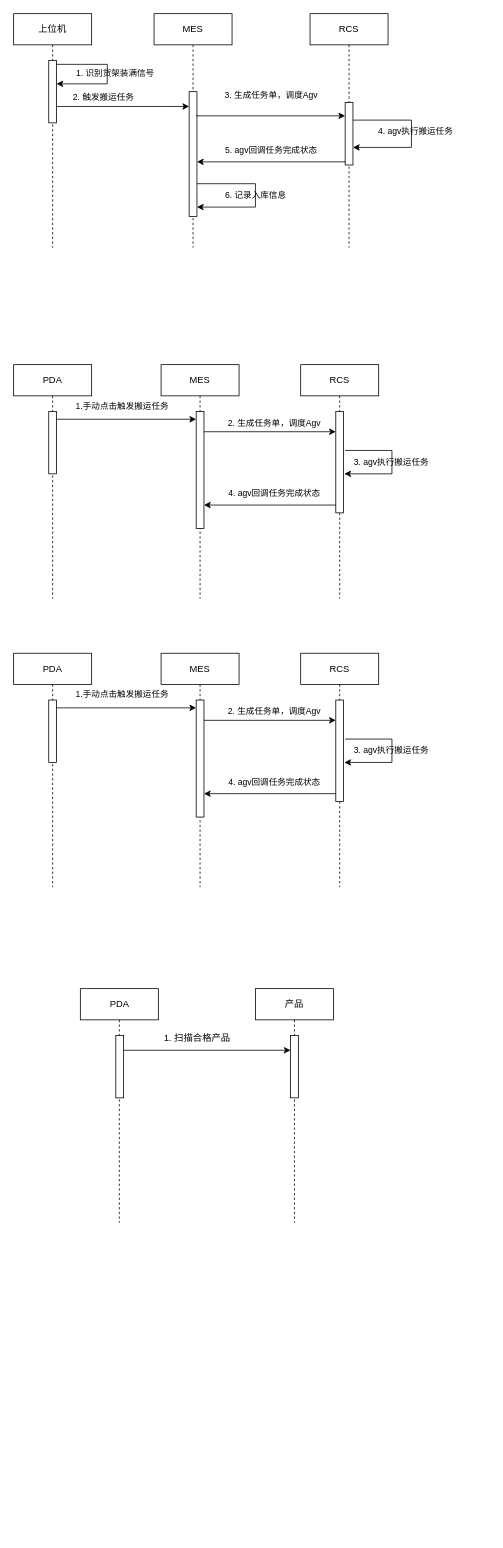
The draw.io diagram 智光软件业务梳理.drawio in lutao0111/-for-draw.io, before the edit. Source tidied: cells renumbered, new cells numbered last; positions are measured from the earlier drawing's top-left corner, leaving out a move shared by most shapes. Both pictures are drawn from the tidied source at 78%, with x=0, y=0 at pixel (13, 13).
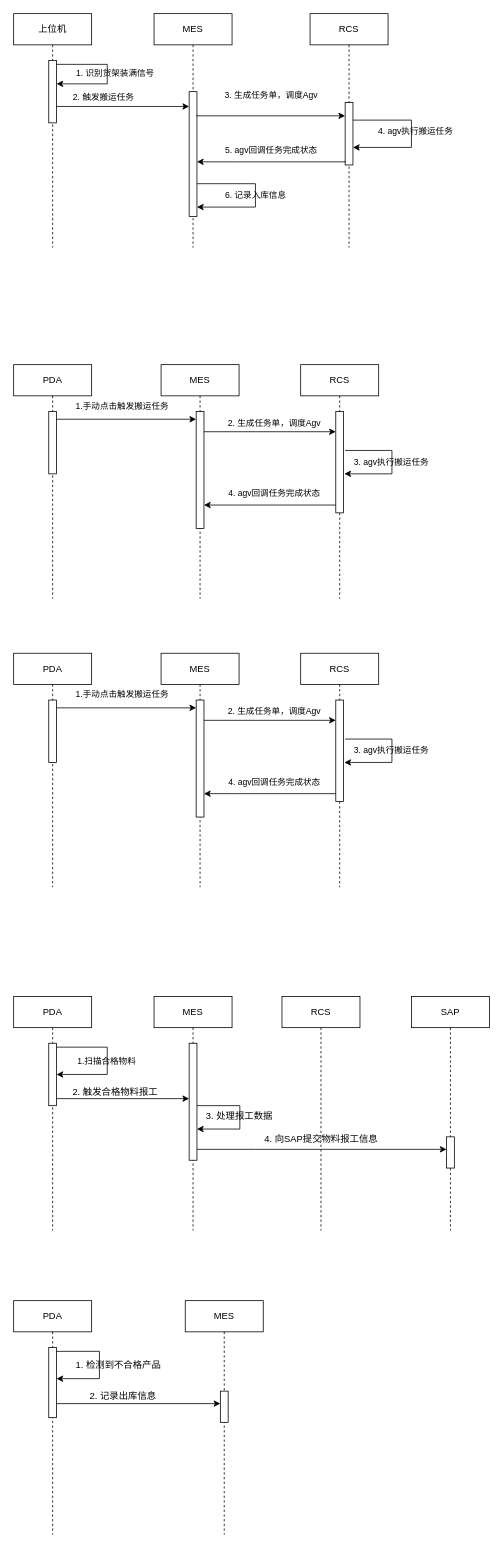
The same diagram, later.

Commit message:
更新智光软件业务梳理.drawio

What changed in the source:
```diff
@@
+    <mxCell id="57" value="MES" style="shape=umlLifeline;perimeter=lifelinePerimeter;whiteSpace=wrap;html=1;newEdgeStyle={&quot;curved&quot;:0,&quot;rounded&quot;:0};" parent="1" vertex="1">
+      <mxGeometry x="220" y="1650" width="100" height="300" as="geometry" />
+    </mxCell>
+    <mxCell id="58" style="html=1;perimeter=orthogonalPerimeter;targetShapes=umlLifeline;newEdgeStyle={&quot;curved&quot;:0,&quot;rounded&quot;:0};" parent="57" vertex="1">
+      <mxGeometry x="45" y="116" width="10" height="40" as="geometry" />
+    </mxCell>
@@
-    <mxCell id="51" value="PDA" style="shape=umlLifeline;perimeter=lifelinePerimeter;whiteSpace=wrap;html=1;newEdgeStyle={&quot;curved&quot;:0,&quot;rounded&quot;:0};" parent="1" vertex="1">
-      <mxGeometry x="85.5" y="1250" width="100" height="300" as="geometry" />
-    </mxCell>
-    <mxCell id="52" style="html=1;perimeter=orthogonalPerimeter;targetShapes=umlLifeline;newEdgeStyle={&quot;curved&quot;:0,&quot;rounded&quot;:0};" parent="51" vertex="1">
-      <mxGeometry x="45.5" y="60" width="10" height="80" as="geometry" />
-    </mxCell>
-    <mxCell id="53" value="产品" style="shape=umlLifeline;perimeter=lifelinePerimeter;whiteSpace=wrap;html=1;newEdgeStyle={&quot;curved&quot;:0,&quot;rounded&quot;:0};" parent="1" vertex="1">
-      <mxGeometry x="310" y="1250" width="100" height="300" as="geometry" />
-    </mxCell>
+    <mxCell id="59" value="PDA" style="shape=umlLifeline;perimeter=lifelinePerimeter;whiteSpace=wrap;html=1;newEdgeStyle={&quot;curved&quot;:0,&quot;rounded&quot;:0};" parent="1" vertex="1">
+      <mxGeometry y="1260" width="100" height="300" as="geometry" />
+    </mxCell>
-    <mxCell id="54" style="html=1;points=[[0,0,0,0,5],[0,1,0,0,-5],[1,0,0,0,5],[1,1,0,0,-5]];perimeter=orthogonalPerimeter;outlineConnect=0;targetShapes=umlLifeline;portConstraint=eastwest;newEdgeStyle={&quot;curved&quot;:0,&quot;rounded&quot;:0};" parent="53" vertex="1">
+    <mxCell id="54" style="html=1;points=[[0,0,0,0,5],[0,1,0,0,-5],[1,0,0,0,5],[1,1,0,0,-5]];perimeter=orthogonalPerimeter;outlineConnect=0;targetShapes=umlLifeline;portConstraint=eastwest;newEdgeStyle={&quot;curved&quot;:0,&quot;rounded&quot;:0};" parent="59" vertex="1">
       <mxGeometry x="45" y="60" width="10" height="80" as="geometry" />
     </mxCell>
-    <mxCell id="55" style="edgeStyle=orthogonalEdgeStyle;rounded=0;orthogonalLoop=1;jettySize=auto;html=1;curved=0;exitX=1;exitY=0;exitDx=0;exitDy=5;exitPerimeter=0;entryX=0;entryY=0;entryDx=0;entryDy=5;entryPerimeter=0;" parent="1" edge="1">
-      <mxGeometry relative="1" as="geometry">
-        <mxPoint x="141" y="1329" as="sourcePoint" />
-        <mxPoint x="355" y="1329" as="targetPoint" />
-      </mxGeometry>
-    </mxCell>
-    <mxCell id="56" value="1. 扫描合格产品" style="text;html=1;align=center;verticalAlign=middle;strokeColor=none;fillColor=none;" parent="1" vertex="1">
-      <mxGeometry x="180" y="1298" width="110" height="30" as="geometry" />
-    </mxCell>
+    <mxCell id="60" style="edgeStyle=orthogonalEdgeStyle;rounded=0;orthogonalLoop=1;jettySize=auto;html=1;curved=0;exitX=1;exitY=0;exitDx=0;exitDy=5;exitPerimeter=0;" parent="59" edge="1" source="54" target="54">
+      <mxGeometry relative="1" as="geometry">
+        <Array as="points">
+          <mxPoint x="120" y="65" />
+          <mxPoint x="120" y="100" />
+        </Array>
+      </mxGeometry>
+    </mxCell>
+    <mxCell id="61" value="MES" style="shape=umlLifeline;perimeter=lifelinePerimeter;whiteSpace=wrap;html=1;newEdgeStyle={&quot;curved&quot;:0,&quot;rounded&quot;:0};" parent="1" vertex="1">
+      <mxGeometry x="180" y="1260" width="100" height="300" as="geometry" />
+    </mxCell>
+    <mxCell id="62" style="html=1;perimeter=orthogonalPerimeter;targetShapes=umlLifeline;newEdgeStyle={&quot;curved&quot;:0,&quot;rounded&quot;:0};" parent="61" vertex="1">
+      <mxGeometry x="45" y="60" width="10" height="150" as="geometry" />
+    </mxCell>
+    <mxCell id="63" value="1.扫描合格物料" style="text;html=1;align=center;verticalAlign=middle;strokeColor=none;fillColor=none;fontSize=11;" parent="1" vertex="1">
+      <mxGeometry x="69" y="1328" width="100" height="30" as="geometry" />
+    </mxCell>
+    <mxCell id="64" style="edgeStyle=orthogonalEdgeStyle;rounded=0;orthogonalLoop=1;jettySize=auto;html=1;curved=0;exitX=1;exitY=1;exitDx=0;exitDy=-5;exitPerimeter=0;entryX=0;entryY=1;entryDx=0;entryDy=-5;entryPerimeter=0;" parent="1" edge="1">
+      <mxGeometry relative="1" as="geometry">
+        <mxPoint x="55" y="1391" as="sourcePoint" />
+        <mxPoint x="225" y="1391" as="targetPoint" />
+      </mxGeometry>
+    </mxCell>
+    <mxCell id="65" value="2. 触发合格物料报工" style="text;html=1;align=center;verticalAlign=middle;strokeColor=none;fillColor=none;" parent="1" vertex="1">
+      <mxGeometry x="65" y="1368" width="130" height="30" as="geometry" />
+    </mxCell>
+    <mxCell id="66" value="RCS" style="shape=umlLifeline;perimeter=lifelinePerimeter;whiteSpace=wrap;html=1;newEdgeStyle={&quot;curved&quot;:0,&quot;rounded&quot;:0};" parent="1" vertex="1">
+      <mxGeometry x="344" y="1260" width="100" height="300" as="geometry" />
+    </mxCell>
+    <mxCell id="67" value="SAP" style="shape=umlLifeline;perimeter=lifelinePerimeter;whiteSpace=wrap;html=1;newEdgeStyle={&quot;curved&quot;:0,&quot;rounded&quot;:0};" parent="1" vertex="1">
+      <mxGeometry x="510" y="1260" width="100" height="300" as="geometry" />
+    </mxCell>
+    <mxCell id="68" style="html=1;perimeter=orthogonalPerimeter;targetShapes=umlLifeline;newEdgeStyle={&quot;curved&quot;:0,&quot;rounded&quot;:0};" parent="67" vertex="1">
+      <mxGeometry x="45" y="180" width="10" height="40" as="geometry" />
+    </mxCell>
+    <mxCell id="69" style="edgeStyle=orthogonalEdgeStyle;rounded=0;orthogonalLoop=1;jettySize=auto;html=1;curved=0;" parent="1" edge="1">
+      <mxGeometry relative="1" as="geometry">
+        <mxPoint x="235" y="1456" as="sourcePoint" />
+        <mxPoint x="555" y="1456" as="targetPoint" />
+        <Array as="points">
+          <mxPoint x="310" y="1456" />
+          <mxPoint x="310" y="1456" />
+        </Array>
+      </mxGeometry>
+    </mxCell>
+    <mxCell id="70" style="edgeStyle=orthogonalEdgeStyle;rounded=0;orthogonalLoop=1;jettySize=auto;html=1;curved=0;" parent="1" edge="1">
+      <mxGeometry relative="1" as="geometry">
+        <mxPoint x="235" y="1400" as="sourcePoint" />
+        <mxPoint x="235" y="1430" as="targetPoint" />
+        <Array as="points">
+          <mxPoint x="290" y="1430" />
+        </Array>
+      </mxGeometry>
+    </mxCell>
+    <mxCell id="71" value="3. 处理报工数据" style="text;html=1;align=center;verticalAlign=middle;strokeColor=none;fillColor=none;" parent="1" vertex="1">
+      <mxGeometry x="234" y="1398" width="110" height="30" as="geometry" />
+    </mxCell>
+    <mxCell id="72" value="4. 向SAP提交物料报工信息" style="text;html=1;align=center;verticalAlign=middle;strokeColor=none;fillColor=none;" parent="1" vertex="1">
+      <mxGeometry x="309" y="1428" width="170" height="30" as="geometry" />
+    </mxCell>
+    <mxCell id="73" value="PDA" style="shape=umlLifeline;perimeter=lifelinePerimeter;whiteSpace=wrap;html=1;newEdgeStyle={&quot;curved&quot;:0,&quot;rounded&quot;:0};" parent="1" vertex="1">
+      <mxGeometry y="1650" width="100" height="300" as="geometry" />
+    </mxCell>
+    <mxCell id="74" style="html=1;points=[[0,0,0,0,5],[0,1,0,0,-5],[1,0,0,0,5],[1,1,0,0,-5]];perimeter=orthogonalPerimeter;outlineConnect=0;targetShapes=umlLifeline;portConstraint=eastwest;newEdgeStyle={&quot;curved&quot;:0,&quot;rounded&quot;:0};" parent="73" vertex="1">
+      <mxGeometry x="45" y="60" width="10" height="90" as="geometry" />
+    </mxCell>
+    <mxCell id="75" style="edgeStyle=orthogonalEdgeStyle;rounded=0;orthogonalLoop=1;jettySize=auto;html=1;curved=0;exitX=1;exitY=0;exitDx=0;exitDy=5;exitPerimeter=0;" parent="73" edge="1" source="74" target="74">
+      <mxGeometry relative="1" as="geometry">
+        <Array as="points">
+          <mxPoint x="110" y="65" />
+          <mxPoint x="110" y="100" />
+        </Array>
+      </mxGeometry>
+    </mxCell>
+    <mxCell id="76" style="edgeStyle=orthogonalEdgeStyle;rounded=0;orthogonalLoop=1;jettySize=auto;html=1;curved=0;exitX=1;exitY=1;exitDx=0;exitDy=-5;exitPerimeter=0;entryX=0;entryY=1;entryDx=0;entryDy=-5;entryPerimeter=0;" parent="73" edge="1">
+      <mxGeometry relative="1" as="geometry">
+        <mxPoint x="55" y="132" as="sourcePoint" />
+        <mxPoint x="265" y="132" as="targetPoint" />
+      </mxGeometry>
+    </mxCell>
+    <mxCell id="77" value="1. 检测到不合格产品" style="text;html=1;align=center;verticalAlign=middle;strokeColor=none;fillColor=none;" parent="1" vertex="1">
+      <mxGeometry x="69" y="1718" width="130" height="30" as="geometry" />
+    </mxCell>
+    <mxCell id="78" value="2. 记录出库信息" style="text;html=1;align=center;verticalAlign=middle;strokeColor=none;fillColor=none;" parent="1" vertex="1">
+      <mxGeometry x="85" y="1758" width="110" height="30" as="geometry" />
+    </mxCell>
```
